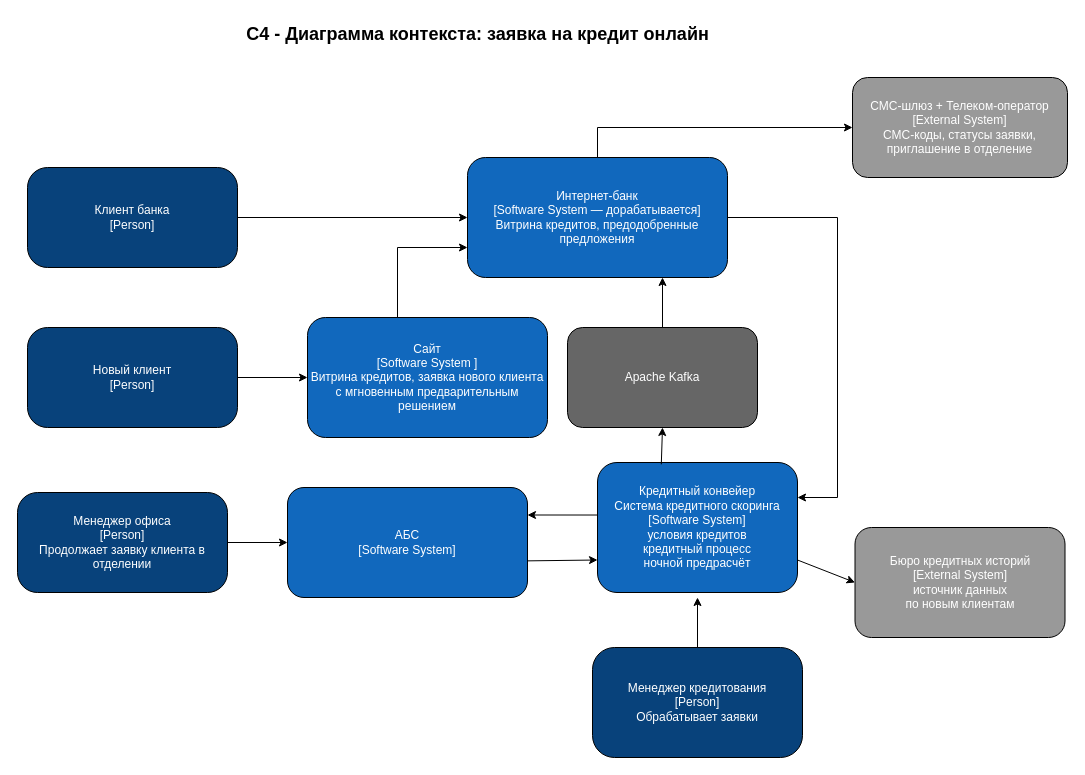
Earlier version of the draw.io diagram Task5/credit-online-c4-context.drawio (agr333221/architecture-pro-standart). Source tidied: cells renumbered, new cells numbered last; positions are measured from the earlier drawing's top-left corner, leaving out a move shared by most shapes. Both pictures are drawn from the tidied source at 100%, with x=0, y=0 at pixel (17, 17).
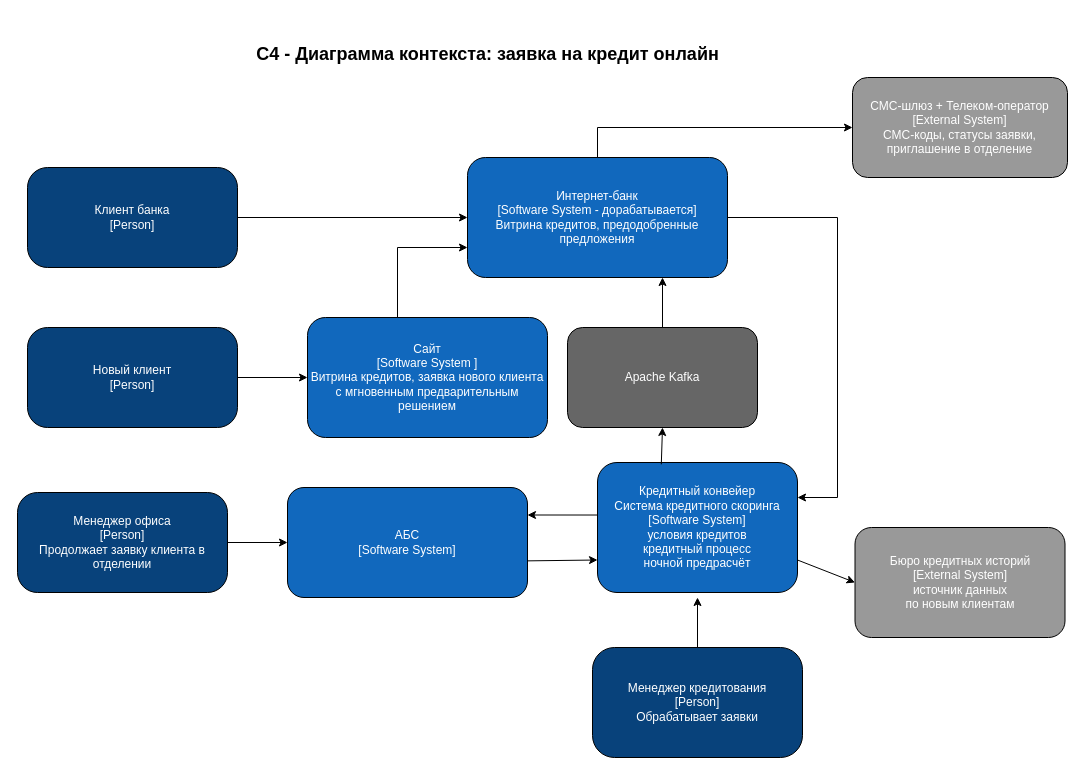
The same page after the edit.

What changed in the source:
```diff
@@
     <mxCell id="2" value="C4 - Диаграмма контекста: заявка на кредит онлайн" style="text;html=1;fontSize=18;fontStyle=1;align=center;" parent="1" vertex="1">
-      <mxGeometry width="920" height="30" as="geometry" />
+      <mxGeometry x="10" y="20" width="920" height="30" as="geometry" />
     </mxCell>
@@
-    <mxCell id="7" value="Интернет-банк&lt;br&gt;[Software System — дорабатывается]&lt;br&gt;Витрина кредитов, предодобренные предложения" style="rounded=1;whiteSpace=wrap;html=1;fillColor=#1168BD;fontColor=#ffffff;" parent="1" vertex="1">
+    <mxCell id="7" value="Интернет-банк&lt;br&gt;[Software System - дорабатывается]&lt;br&gt;Витрина кредитов, предодобренные предложения" style="rounded=1;whiteSpace=wrap;html=1;fillColor=#1168BD;fontColor=#ffffff;" parent="1" vertex="1">
       <mxGeometry x="450" y="140" width="260" height="120" as="geometry" />
     </mxCell>
```
